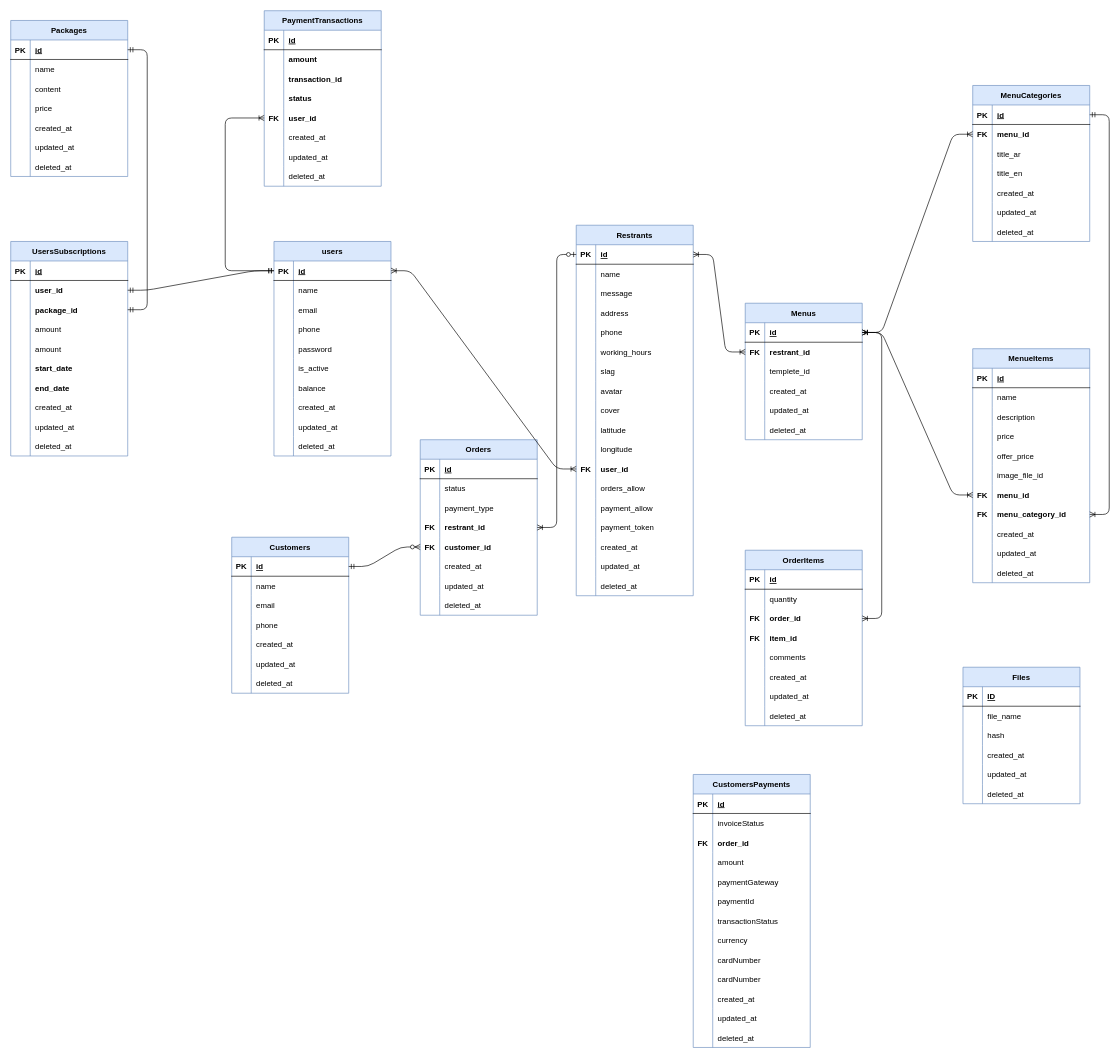
Above: database.drawio in zchacker/resMenu (draw.io), before the change. Source tidied: cells renumbered, new cells numbered last; positions are measured from the earlier drawing's top-left corner, leaving out a move shared by most shapes. Both pictures are drawn from the tidied source at 65%, with x=0, y=0 at pixel (10, 10).
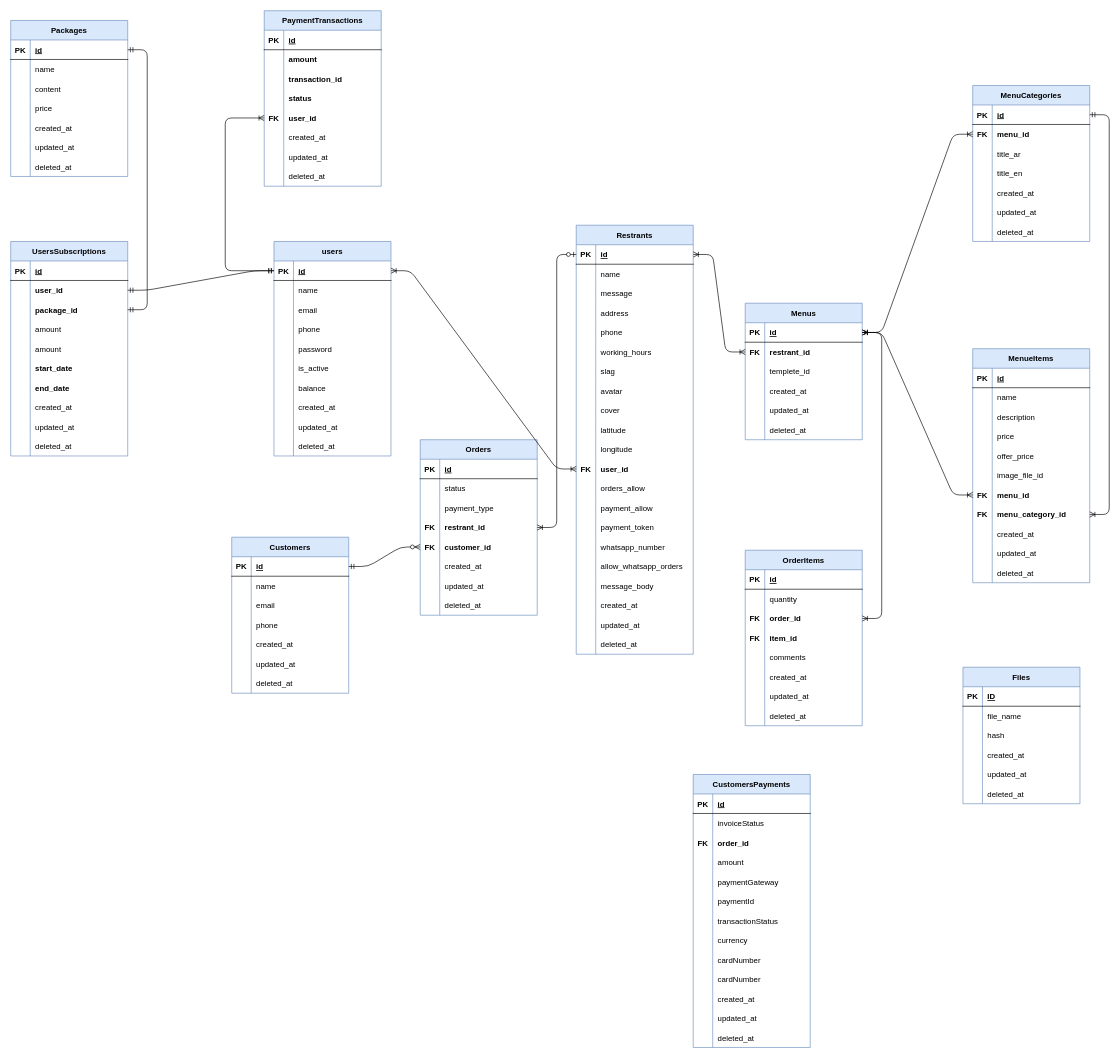
The same diagram, later.

What changed in the source:
```diff
@@
     <mxCell id="55" value="Restrants" style="shape=table;startSize=30;childLayout=tableLayout;rowLines=0;fontStyle=1;align=center;fillColor=#dae8fc;strokeColor=#6c8ebf;" parent="1" vertex="1">
-      <mxGeometry x="870" y="330" width="180" height="570" as="geometry" />
+      <mxGeometry x="870" y="330" width="180" height="660" as="geometry" />
     </mxCell>
@@
+    <mxCell id="383" style="shape=partialRectangle;fillColor=none;top=0;left=0;bottom=0;right=0;" parent="55" vertex="1">
+      <mxGeometry y="480" width="180" height="30" as="geometry" />
+    </mxCell>
+    <mxCell id="384" style="shape=partialRectangle;fillColor=none;top=0;left=0;bottom=0;right=0;overflow=hidden;" parent="383" vertex="1">
+      <mxGeometry width="30" height="30" as="geometry" />
+    </mxCell>
+    <mxCell id="385" value="whatsapp_number" style="shape=partialRectangle;fillColor=none;top=0;left=0;bottom=0;right=0;align=left;spacingLeft=6;overflow=hidden;fontStyle=0;" parent="383" vertex="1">
+      <mxGeometry x="30" width="150" height="30" as="geometry" />
+    </mxCell>
+    <mxCell id="386" style="shape=partialRectangle;fillColor=none;top=0;left=0;bottom=0;right=0;" parent="55" vertex="1">
+      <mxGeometry y="510" width="180" height="30" as="geometry" />
+    </mxCell>
+    <mxCell id="387" style="shape=partialRectangle;fillColor=none;top=0;left=0;bottom=0;right=0;overflow=hidden;" parent="386" vertex="1">
+      <mxGeometry width="30" height="30" as="geometry" />
+    </mxCell>
+    <mxCell id="388" value="allow_whatsapp_orders" style="shape=partialRectangle;fillColor=none;top=0;left=0;bottom=0;right=0;align=left;spacingLeft=6;overflow=hidden;fontStyle=0;" parent="386" vertex="1">
+      <mxGeometry x="30" width="150" height="30" as="geometry" />
+    </mxCell>
+    <mxCell id="389" style="shape=partialRectangle;fillColor=none;top=0;left=0;bottom=0;right=0;" parent="55" vertex="1">
+      <mxGeometry y="540" width="180" height="30" as="geometry" />
+    </mxCell>
+    <mxCell id="390" style="shape=partialRectangle;fillColor=none;top=0;left=0;bottom=0;right=0;overflow=hidden;" parent="389" vertex="1">
+      <mxGeometry width="30" height="30" as="geometry" />
+    </mxCell>
+    <mxCell id="391" value="message_body" style="shape=partialRectangle;fillColor=none;top=0;left=0;bottom=0;right=0;align=left;spacingLeft=6;overflow=hidden;fontStyle=0;" parent="389" vertex="1">
+      <mxGeometry x="30" width="150" height="30" as="geometry" />
+    </mxCell>
     <mxCell id="101" style="shape=partialRectangle;fillColor=none;top=0;left=0;bottom=0;right=0;" parent="55" vertex="1">
-      <mxGeometry y="480" width="180" height="30" as="geometry" />
+      <mxGeometry y="570" width="180" height="30" as="geometry" />
     </mxCell>
@@
     <mxCell id="104" style="shape=partialRectangle;fillColor=none;top=0;left=0;bottom=0;right=0;" parent="55" vertex="1">
-      <mxGeometry y="510" width="180" height="30" as="geometry" />
+      <mxGeometry y="600" width="180" height="30" as="geometry" />
     </mxCell>
@@
     <mxCell id="107" style="shape=partialRectangle;fillColor=none;top=0;left=0;bottom=0;right=0;" parent="55" vertex="1">
-      <mxGeometry y="540" width="180" height="30" as="geometry" />
+      <mxGeometry y="630" width="180" height="30" as="geometry" />
     </mxCell>
```
